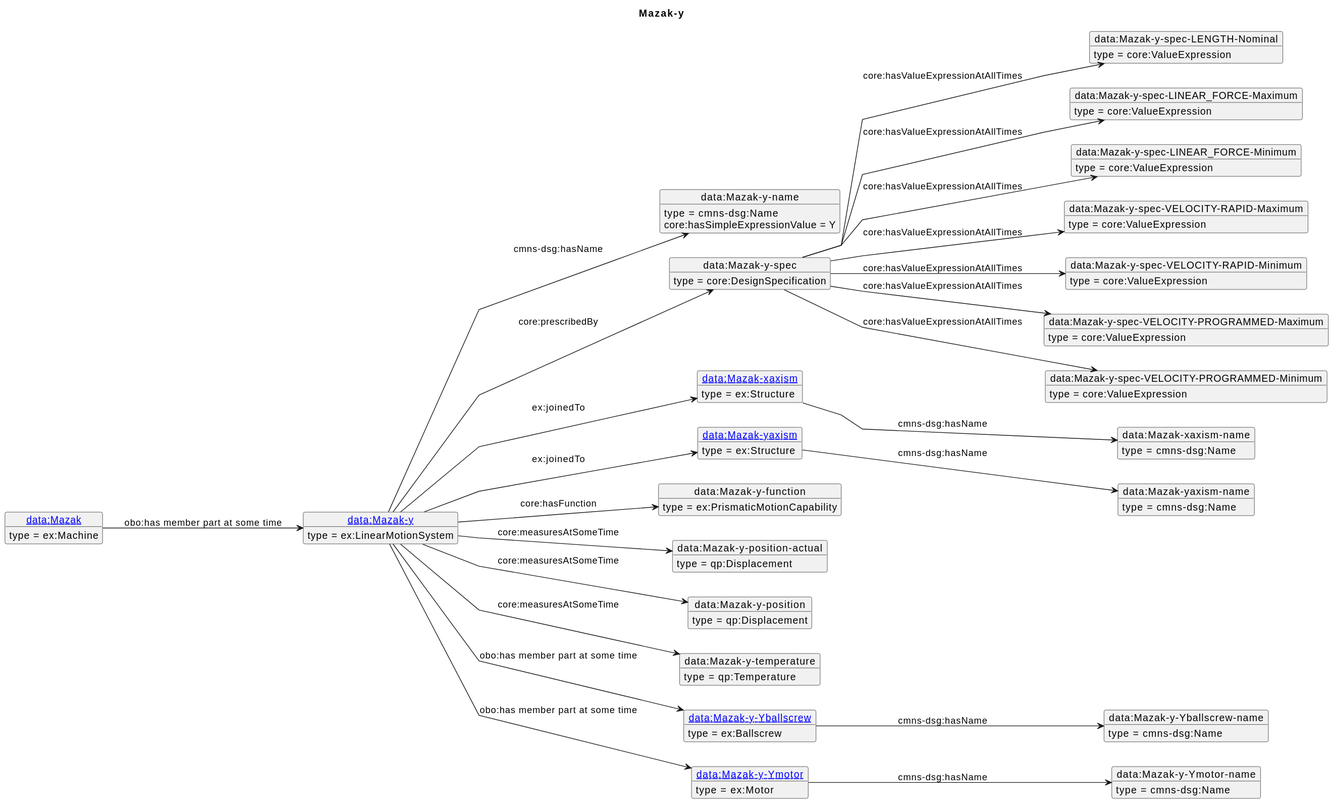
Earlier version of the PlantUML export diagrams/Mazak-y.svg (iofoundry/example-syseng-mtconnect).
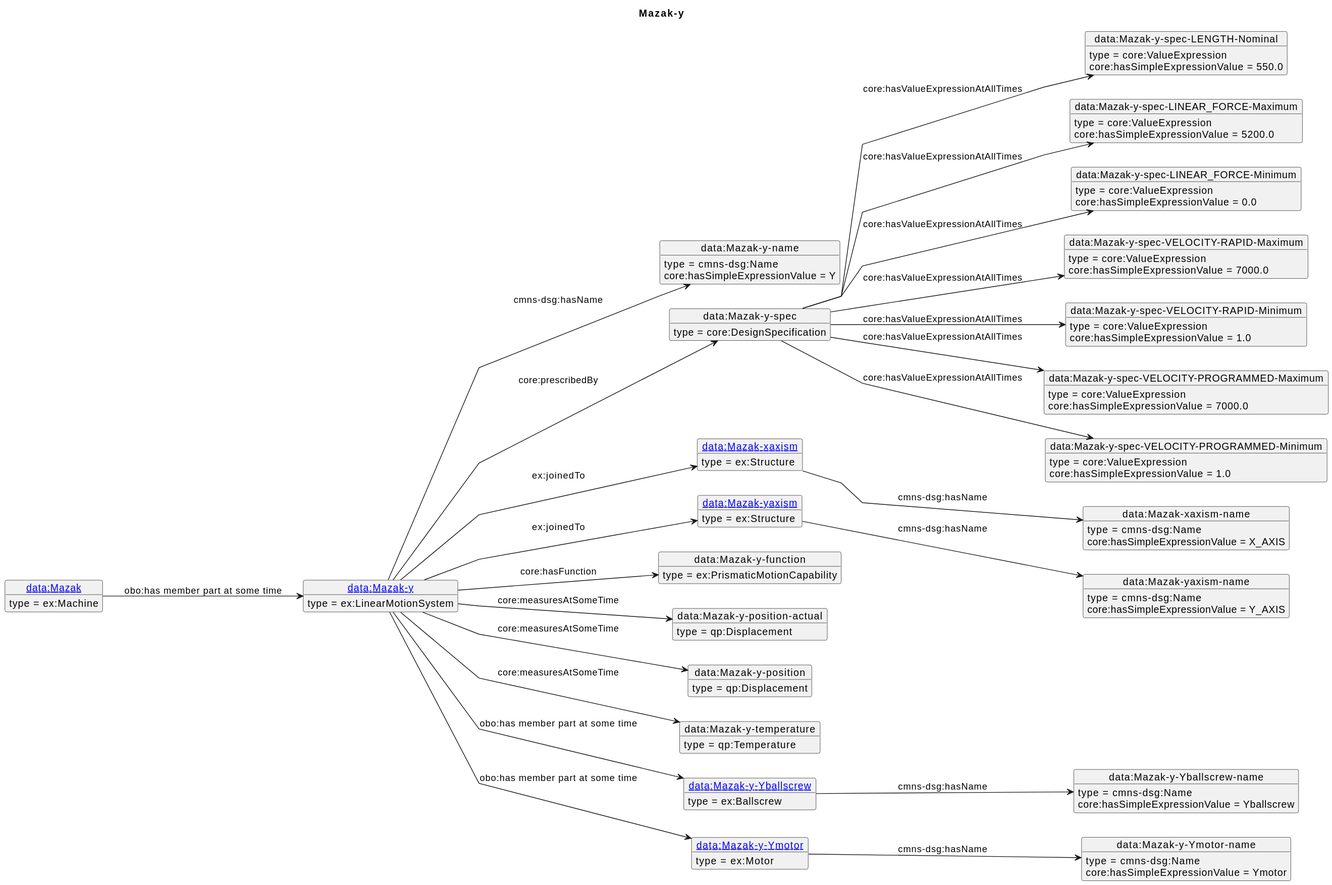
The same diagram one commit later.

Change to the diagram source:
```diff
@@ -75,23 +75,34 @@
 o2 : core:hasSimpleExpressionValue = Y
 o1 --> o3 : core:prescribedBy
 o3 --> o4 : core:hasValueExpressionAtAllTimes
+o4 : core:hasSimpleExpressionValue = 550.0
 o3 --> o5 : core:hasValueExpressionAtAllTimes
+o5 : core:hasSimpleExpressionValue = 5200.0
 o3 --> o6 : core:hasValueExpressionAtAllTimes
+o6 : core:hasSimpleExpressionValue = 0.0
 o3 --> o7 : core:hasValueExpressionAtAllTimes
+o7 : core:hasSimpleExpressionValue = 7000.0
 o3 --> o8 : core:hasValueExpressionAtAllTimes
+o8 : core:hasSimpleExpressionValue = 1.0
 o3 --> o9 : core:hasValueExpressionAtAllTimes
+o9 : core:hasSimpleExpressionValue = 7000.0
 o3 --> o10 : core:hasValueExpressionAtAllTimes
+o10 : core:hasSimpleExpressionValue = 1.0
 o1 --> o11 : ex:joinedTo
 o11 --> o12 : cmns-dsg:hasName
+o12 : core:hasSimpleExpressionValue = X_AXIS
 o1 --> o13 : ex:joinedTo
 o13 --> o14 : cmns-dsg:hasName
+o14 : core:hasSimpleExpressionValue = Y_AXIS
 o1 --> o15 : core:hasFunction
 o1 --> o16 : core:measuresAtSomeTime
 o1 --> o17 : core:measuresAtSomeTime
 o1 --> o18 : core:measuresAtSomeTime
 o1 --> o19 : obo:has member part at some time
 o19 --> o20 : cmns-dsg:hasName
+o20 : core:hasSimpleExpressionValue = Yballscrew
 o1 --> o21 : obo:has member part at some time
 o21 --> o22 : cmns-dsg:hasName
+o22 : core:hasSimpleExpressionValue = Ymotor
 o23 --> o1 : obo:has member part at some time
 @enduml
```
